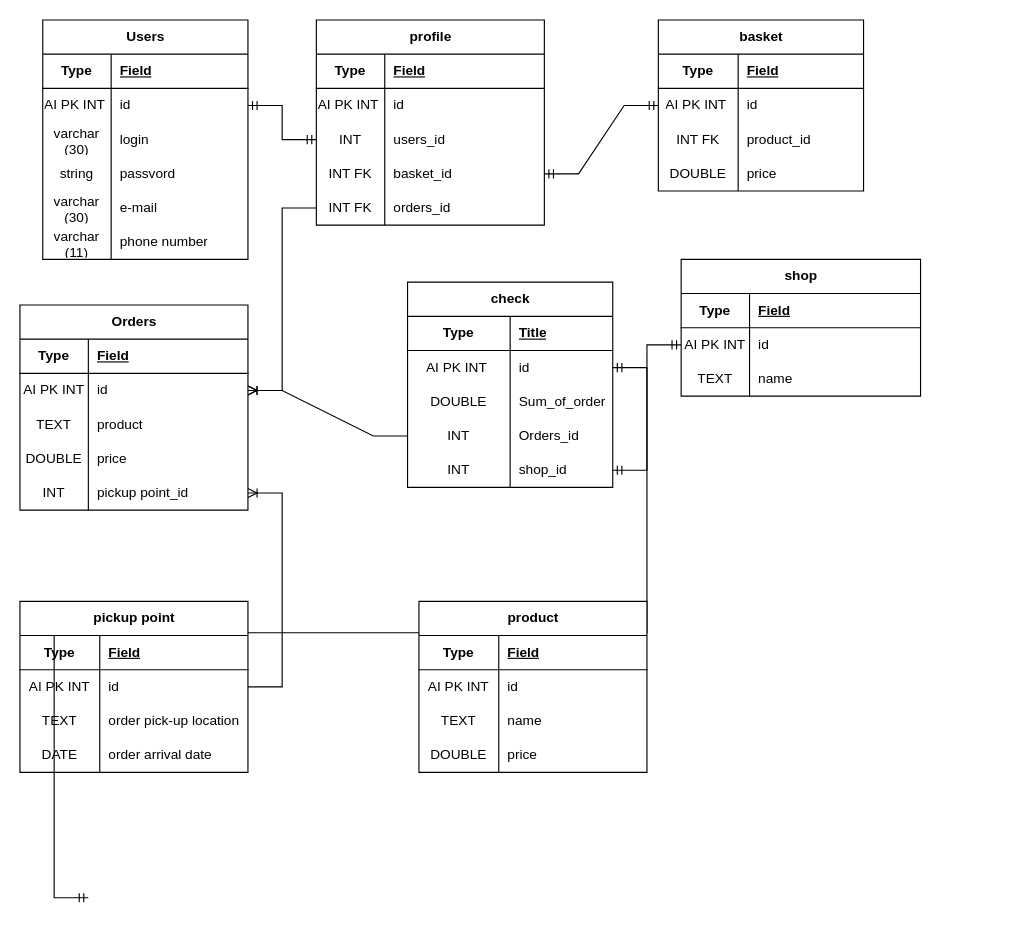
MelnikovMatveu/db_practice keeps this draw.io diagram as Диаграмма без названия.drawio. Above is the earlier version. Source tidied: cells renumbered, new cells numbered last; positions are measured from the earlier drawing's top-left corner, leaving out a move shared by most shapes. Both pictures are drawn from the tidied source at 114%, with x=0, y=0 at pixel (19, 19).
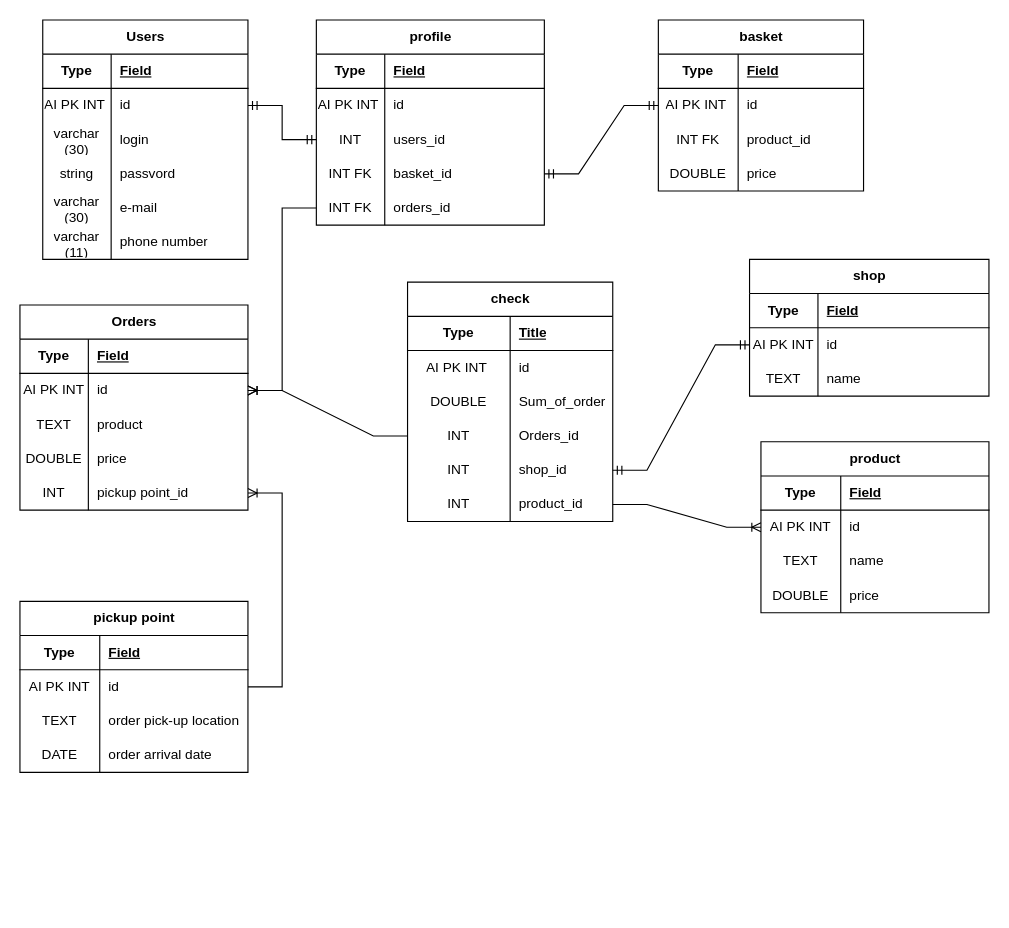
Above is the later version.

The change refers to these unchanged cells:
```xml
<mxCell id="38" style="shape=tableRow;horizontal=0;startSize=0;swimlaneHead=0;swimlaneBody=0;fillColor=none;points=[[0,0.5],[1,0.5]];portConstraint=eastwest;top=0;left=0;right=0;bottom=0;" parent="34" vertex="1">
  <mxGeometry y="60" width="180" height="30" as="geometry" />
</mxCell>
<mxCell id="116" style="shape=tableRow;horizontal=0;startSize=0;swimlaneHead=0;swimlaneBody=0;fillColor=none;points=[[0,0.5],[1,0.5]];portConstraint=eastwest;top=0;left=0;right=0;bottom=0;" parent="112" vertex="1">
  <mxGeometry y="60" width="200" height="30" as="geometry" />
</mxCell>
```

The edit, as a diff of the source:
```diff
@@
     <mxCell id="34" value="check" style="shape=table;startSize=30;childLayout=tableLayout;rowLines=0;fontStyle=1;align=center;html=1;" parent="1" vertex="1">
-      <mxGeometry x="340" y="230" width="180" height="180" as="geometry" />
+      <mxGeometry x="340" y="230" width="180" height="210" as="geometry" />
     </mxCell>
@@
+    <mxCell id="125" style="shape=tableRow;horizontal=0;startSize=0;swimlaneHead=0;swimlaneBody=0;fillColor=none;points=[[0,0.5],[1,0.5]];portConstraint=eastwest;top=0;left=0;right=0;bottom=0;" parent="34" vertex="1">
+      <mxGeometry y="180" width="180" height="30" as="geometry" />
+    </mxCell>
+    <mxCell id="126" value="INT" style="shape=partialRectangle;fillColor=none;top=0;left=0;bottom=0;right=0;overflow=hidden;whiteSpace=wrap;html=1;" parent="125" vertex="1">
+      <mxGeometry width="90" height="30" as="geometry" />
+    </mxCell>
+    <mxCell id="127" value="product_id" style="shape=partialRectangle;fillColor=none;top=0;left=0;bottom=0;right=0;align=left;spacingLeft=6;overflow=hidden;whiteSpace=wrap;html=1;" parent="125" vertex="1">
+      <mxGeometry x="90" width="90" height="30" as="geometry" />
+    </mxCell>
@@
     <mxCell id="66" value="shop" style="shape=table;startSize=30;childLayout=tableLayout;rowLines=0;fontStyle=1;align=center;html=1;" parent="1" vertex="1">
-      <mxGeometry x="580" y="210" width="210" height="120" as="geometry" />
+      <mxGeometry x="640" y="210" width="210" height="120" as="geometry" />
     </mxCell>
@@
-    <mxCell id="95" style="edgeStyle=entityRelationEdgeStyle;fontSize=12;html=1;endArrow=ERmandOne;startArrow=ERmandOne;rounded=0;" parent="1" edge="1" source="38">
-      <mxGeometry relative="1" as="geometry">
-        <mxPoint x="60" y="770" as="targetPoint" />
-      </mxGeometry>
-    </mxCell>
@@
     <mxCell id="112" value="product" style="shape=table;startSize=30;childLayout=tableLayout;rowLines=0;fontStyle=1;align=center;html=1;" parent="1" vertex="1">
-      <mxGeometry x="350" y="510" width="200" height="150" as="geometry" />
+      <mxGeometry x="650" y="370" width="200" height="150" as="geometry" />
     </mxCell>
@@
+    <mxCell id="128" style="edgeStyle=entityRelationEdgeStyle;fontSize=12;html=1;endArrow=ERoneToMany;rounded=0;exitX=1;exitY=0.5;exitDx=0;exitDy=0;" parent="1" edge="1" source="125" target="116">
+      <mxGeometry relative="1" as="geometry" />
+    </mxCell>
```
